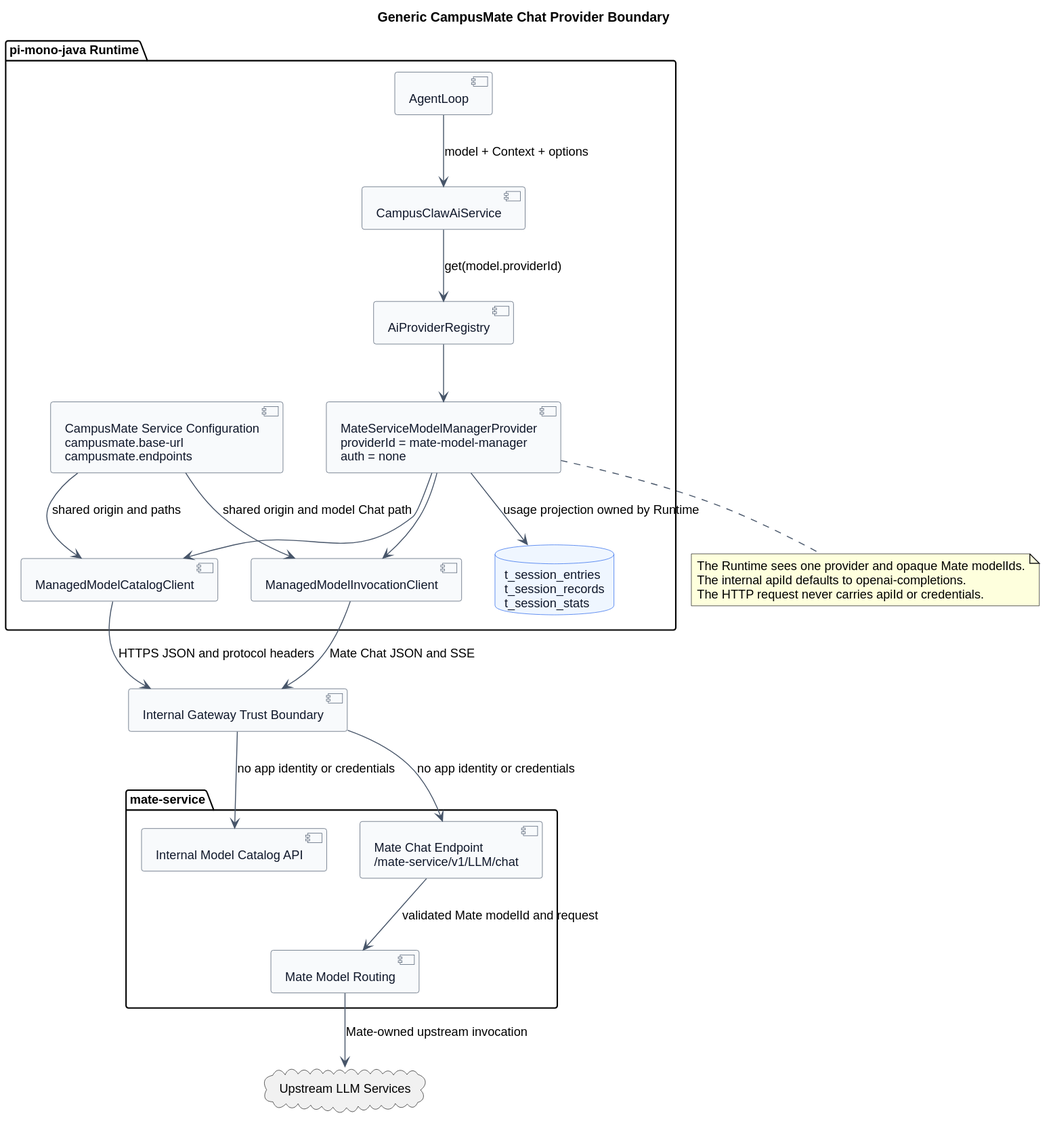
The PlantUML diagram model-manager-provider-contract/generic_provider_boundary.svg in ssm0808/pi-mono-java-design, before a commit.
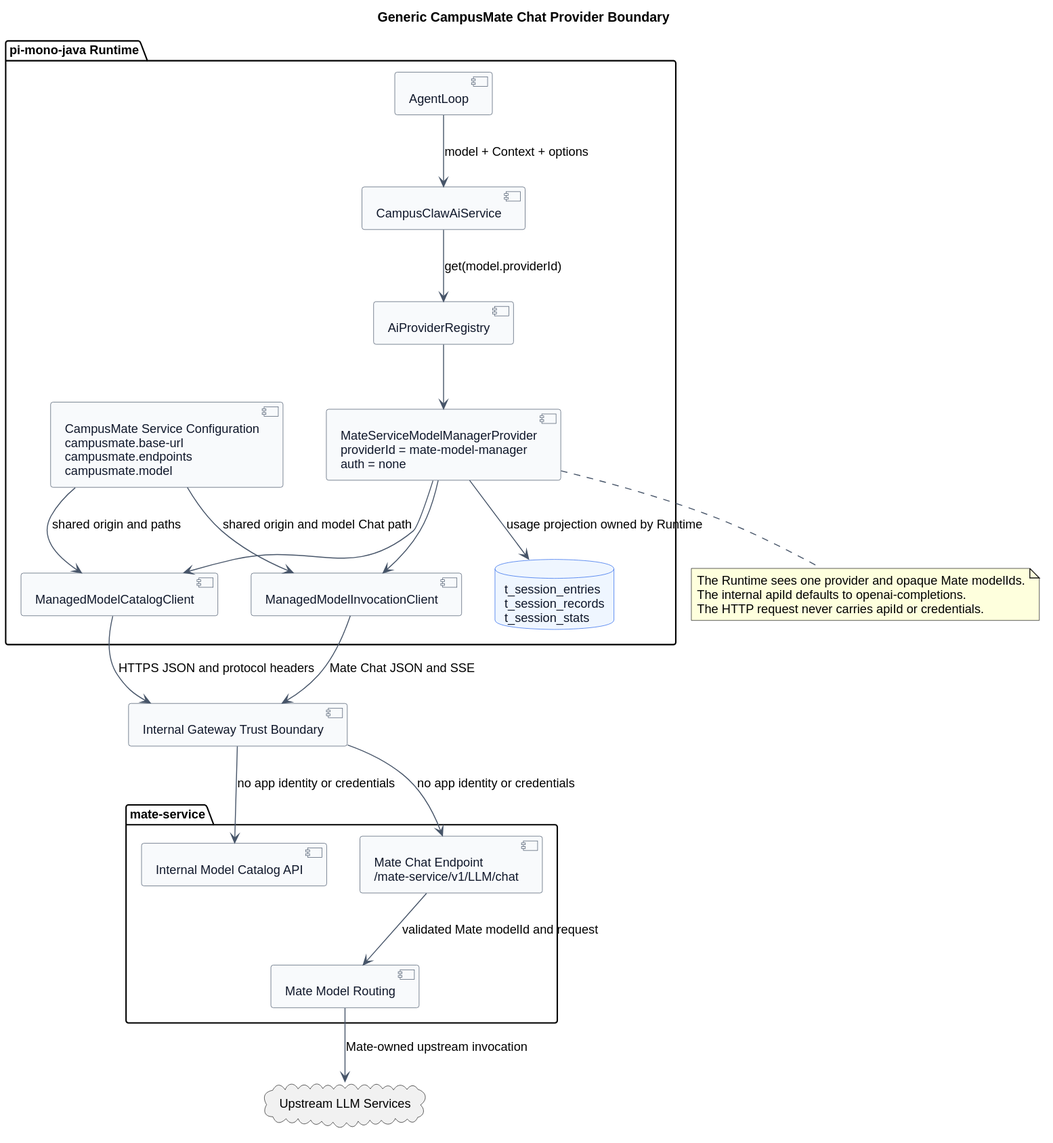
Later version of the same file.

Commit message:
docs(campusmate): 简化模型配置命名空间

Diff of the diagram source:
```diff
@@ -19,7 +19,7 @@
 skinparam ArrowColor #475569
 
 package "pi-mono-java Runtime" {
-  [CampusMate Service Configuration\ncampusmate.base-url\ncampusmate.endpoints] as CampusMateConfig
+  [CampusMate Service Configuration\ncampusmate.base-url\ncampusmate.endpoints\ncampusmate.model] as CampusMateConfig
   [AgentLoop] as Loop
   [CampusClawAiService] as AiService
   [AiProviderRegistry] as Registry
```
